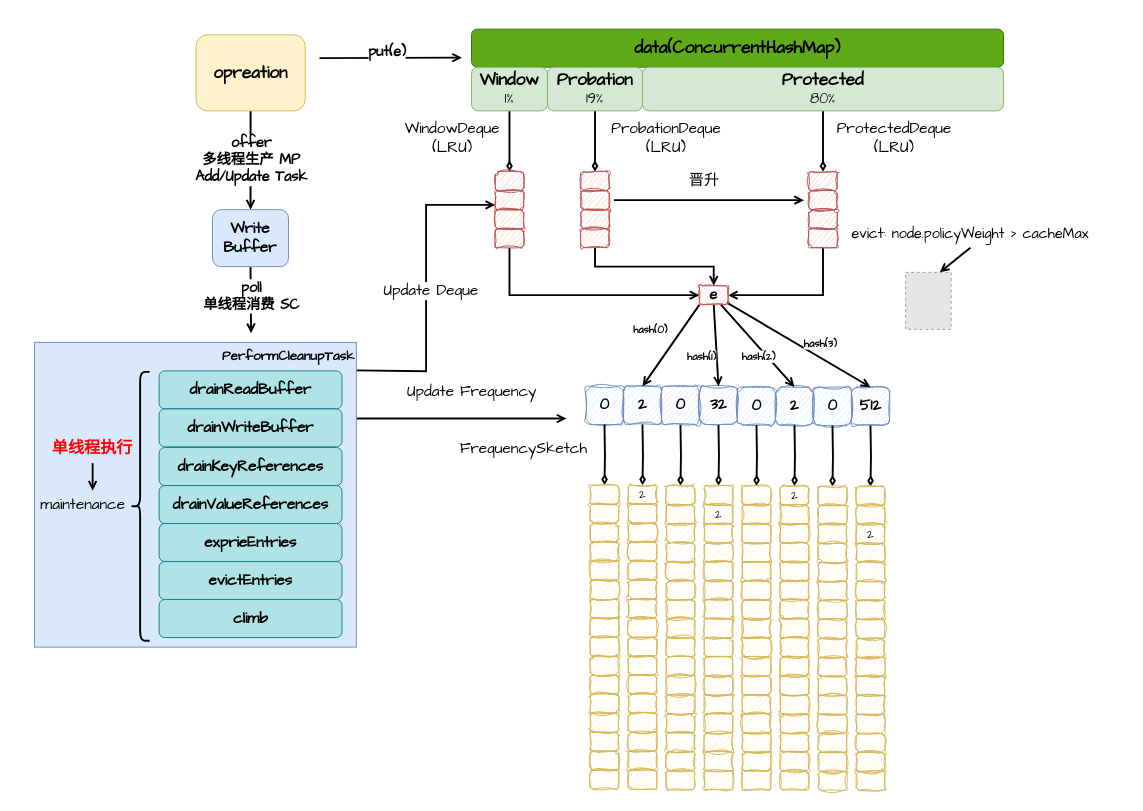
Above: page "第 2 页" (2 of 5) of src/main/resources/coffeine/caffeine.drawio in FangYuan33/how-much-do-you-know-about-cache (draw.io), before the change. Source tidied: cells renumbered, new cells numbered last; positions are measured from the earlier drawing's top-left corner, leaving out a move shared by most shapes. Both pictures are drawn from the tidied source at 95%, with x=0, y=0 at pixel (16, 16). Pictures stored in the file or linked from it are replaced by grey dashed boxes.
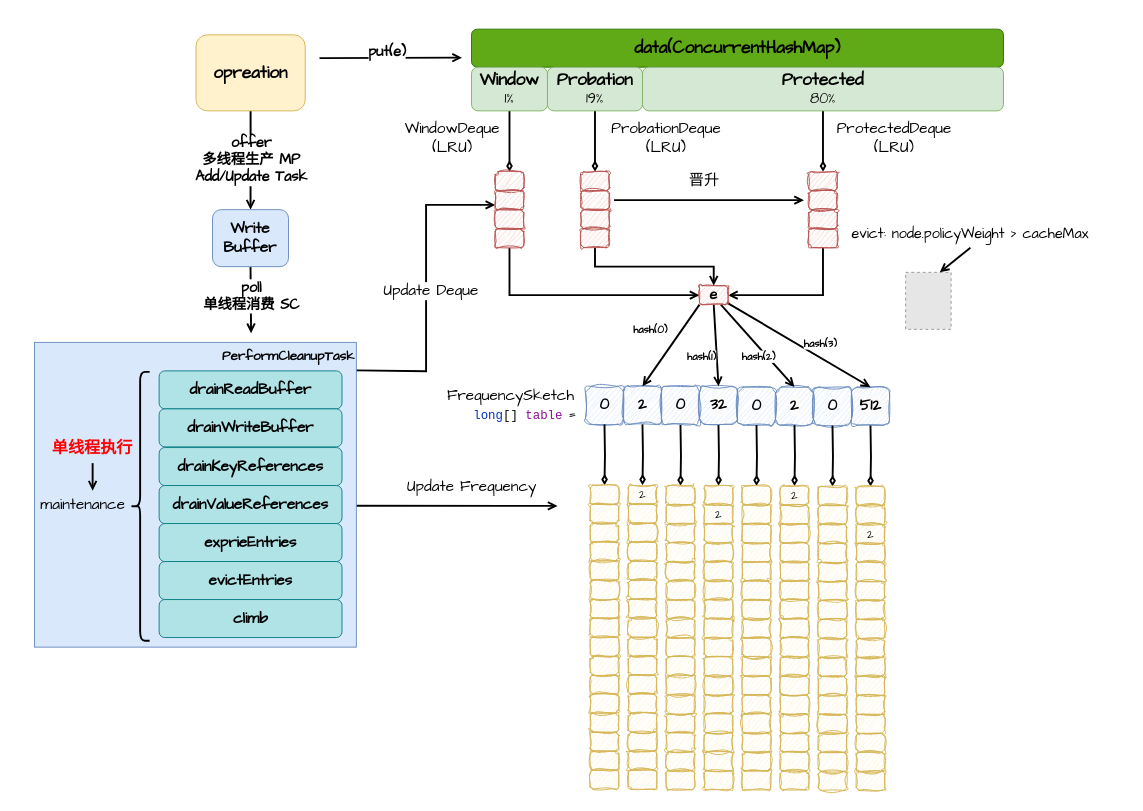
The same page after the edit.

The change refers to these unchanged cells:
```xml
<mxCell id="6" value="&lt;font style=&quot;font-size: 14px;&quot; face=&quot;Comic Sans MS&quot;&gt;&lt;b&gt;PerformCleanupTask&lt;/b&gt;&lt;/font&gt;" style="rounded=0;whiteSpace=wrap;html=1;fontFamily=Helvetica;fontSize=11;labelBackgroundColor=none;fillColor=#dae8fc;strokeColor=#6c8ebf;align=right;verticalAlign=top;horizontal=1;" parent="1" vertex="1">
  <mxGeometry x="18.8" y="342.9" width="338.8" height="320.8" as="geometry" />
</mxCell>
```

Change to the diagram source:
```diff
@@
-    <mxCell id="5" style="edgeStyle=none;shape=connector;rounded=0;jettySize=auto;html=1;exitX=1;exitY=0.25;exitDx=0;exitDy=0;strokeColor=default;strokeWidth=2;align=center;verticalAlign=middle;fontFamily=Helvetica;fontSize=11;fontColor=default;labelBackgroundColor=default;endArrow=open;endFill=0;" parent="1" edge="1" source="6">
+    <mxCell id="5" style="edgeStyle=none;shape=connector;rounded=0;orthogonalLoop=1;jettySize=auto;html=1;exitX=1;exitY=0.25;exitDx=0;exitDy=0;strokeColor=default;strokeWidth=2;align=center;verticalAlign=middle;fontFamily=Helvetica;fontSize=11;fontColor=default;labelBackgroundColor=default;endArrow=open;endFill=0;" parent="1" edge="1">
       <mxGeometry relative="1" as="geometry">
-        <mxPoint x="578.8" y="423.1" as="targetPoint" />
+        <mxPoint x="348.1" y="514.9" as="sourcePoint" />
+        <mxPoint x="569.4" y="515" as="targetPoint" />
       </mxGeometry>
     </mxCell>
@@
-    <mxCell id="33" value="&lt;font face=&quot;Comic Sans MS&quot; style=&quot;font-size: 16px;&quot;&gt;FrequencySketch&lt;/font&gt;" style="text;html=1;strokeColor=none;fillColor=none;align=center;verticalAlign=middle;whiteSpace=wrap;rounded=0;" parent="1" vertex="1">
-      <mxGeometry x="463.8" y="440" width="140" height="30" as="geometry" />
+    <mxCell id="33" value="&lt;font face=&quot;Comic Sans MS&quot; style=&quot;font-size: 16px;&quot;&gt;FrequencySketch&amp;nbsp;&lt;/font&gt;&lt;div&gt;&lt;span style=&quot;font-family: &amp;quot;JetBrains Mono&amp;quot;, monospace; font-size: 9.8pt; background-color: rgb(255, 255, 255); color: rgb(0, 51, 179);&quot;&gt;&amp;nbsp; &amp;nbsp;long&lt;/span&gt;&lt;span style=&quot;font-family: &amp;quot;JetBrains Mono&amp;quot;, monospace; font-size: 9.8pt; background-color: rgb(255, 255, 255); color: rgb(8, 8, 8);&quot;&gt;[] &lt;/span&gt;&lt;span style=&quot;font-family: &amp;quot;JetBrains Mono&amp;quot;, monospace; font-size: 9.8pt; background-color: rgb(255, 255, 255); color: rgb(135, 16, 148);&quot;&gt;table&lt;/span&gt;&lt;span style=&quot;background-color: rgb(255, 255, 255); font-size: 16px;&quot;&gt;&lt;font style=&quot;&quot; face=&quot;Comic Sans MS&quot;&gt;&lt;font color=&quot;#871094&quot;&gt;&amp;nbsp;&lt;/font&gt;=&lt;/font&gt;&lt;/span&gt;&lt;/div&gt;" style="text;html=1;strokeColor=none;fillColor=none;align=center;verticalAlign=middle;whiteSpace=wrap;rounded=0;" parent="1" vertex="1">
+      <mxGeometry x="422.5" y="389.2" width="201.2" height="38.8" as="geometry" />
     </mxCell>
@@
     <mxCell id="205" value="&lt;font style=&quot;font-size: 16px;&quot; face=&quot;Comic Sans MS&quot;&gt;Update Frequency&lt;/font&gt;" style="edgeLabel;html=1;align=center;verticalAlign=middle;fontFamily=Helvetica;fontSize=11;fontColor=default;labelBackgroundColor=default;" parent="1" vertex="1">
-      <mxGeometry x="478.8" y="394.2" as="geometry" />
+      <mxGeometry x="478.8" y="494" as="geometry" />
     </mxCell>
```
